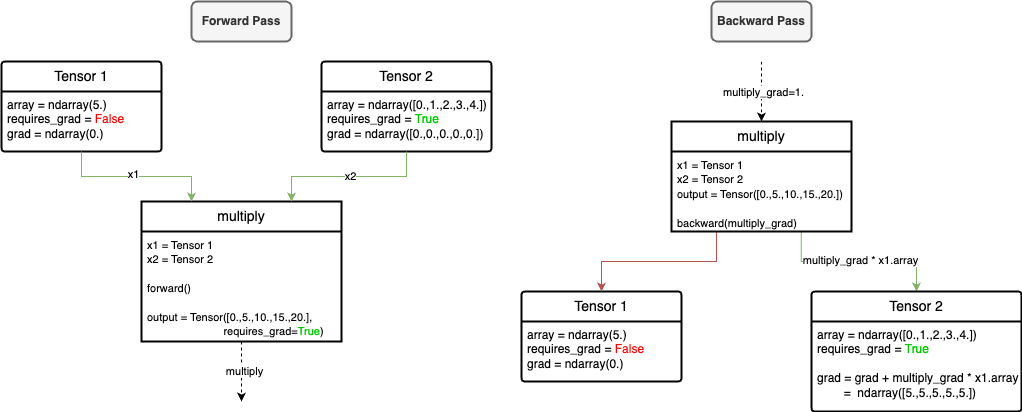
This is images/graph.drawio.png from lennymalard/melpy-project, a draw.io export, as it was before one commit. Source tidied: cells renumbered, new cells last; positions are measured from the earlier drawing's top-left corner, leaving out a move shared by most shapes.
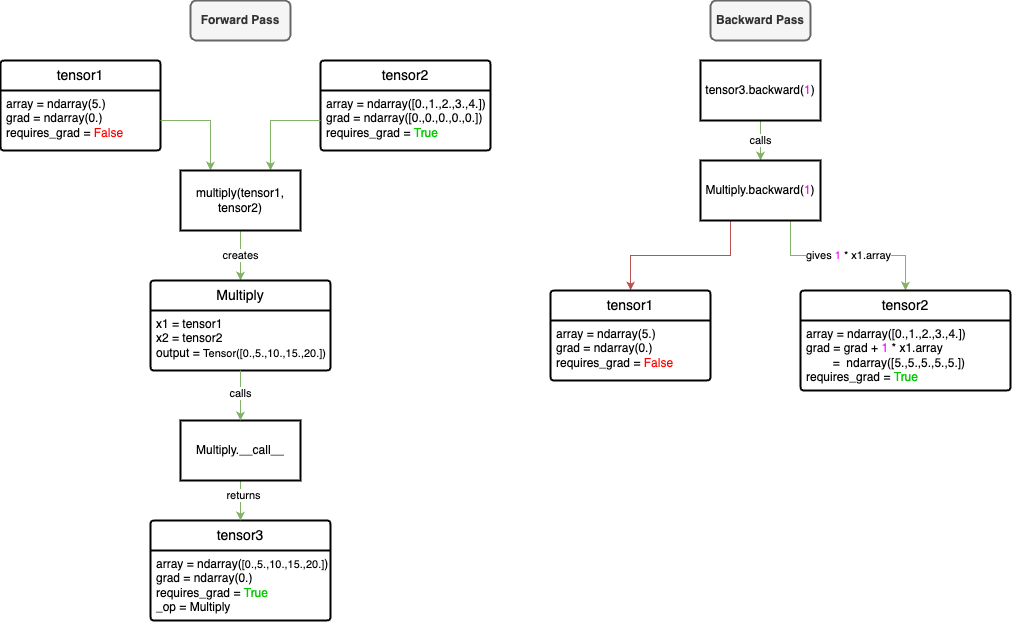
Above is the later version.

Diff of the diagram source:
```diff
@@ -1,90 +1,94 @@
-<mxGraphModel>
+<mxGraphModel background="#ffffff">
   <root>
     <mxCell id="0" />
     <mxCell id="1" parent="0" />
-    <mxCell id="2" value="Tensor 1" style="swimlane;horizontal=1;startSize=30;rounded=1;fontSize=14;fontStyle=0;strokeWidth=2;shadow=0;dashed=0;align=center;arcSize=4;whiteSpace=wrap;html=1;" parent="1" vertex="1">
+    <mxCell id="2" value="tensor1" style="swimlane;horizontal=1;startSize=30;rounded=1;fontSize=14;fontStyle=0;strokeWidth=2;shadow=0;dashed=0;align=center;arcSize=4;whiteSpace=wrap;html=1;" parent="1" vertex="1">
       <mxGeometry y="60" width="160" height="90" as="geometry" />
     </mxCell>
-    <mxCell id="3" value="array = ndarray(5.)&lt;br&gt;requires_grad =&amp;nbsp;&lt;font style=&quot;color: rgb(255, 0, 0);&quot;&gt;False&lt;/font&gt;&lt;br&gt;grad = ndarray(0.)" style="align=left;strokeColor=none;fillColor=none;spacingLeft=4;fontSize=12;verticalAlign=top;html=1;" parent="2" vertex="1">
+    <mxCell id="3" value="array = ndarray(5.)&lt;div&gt;grad = ndarray(0.)&lt;br&gt;requires_grad =&amp;nbsp;&lt;font style=&quot;color: rgb(255, 0, 0);&quot;&gt;False&lt;/font&gt;&lt;div&gt;&lt;br&gt;&lt;/div&gt;&lt;/div&gt;" style="align=left;strokeColor=none;fillColor=none;spacingLeft=4;fontSize=12;verticalAlign=top;html=1;" parent="2" vertex="1">
       <mxGeometry y="30" width="160" height="60" as="geometry" />
     </mxCell>
-    <mxCell id="4" value="multiply" style="swimlane;horizontal=1;startSize=30;rounded=0;fontSize=14;fontStyle=0;strokeWidth=2;shadow=0;dashed=0;align=center;arcSize=4;whiteSpace=wrap;html=1;" parent="1" vertex="1">
-      <mxGeometry x="140" y="200" width="200" height="140" as="geometry" />
-    </mxCell>
-    <mxCell id="5" value="&lt;font style=&quot;font-size: 11px;&quot;&gt;x1 = Tensor 1&lt;/font&gt;&lt;div&gt;&lt;font style=&quot;font-size: 11px;&quot;&gt;x2 = Tensor 2&lt;/font&gt;&lt;/div&gt;&lt;div&gt;&lt;font style=&quot;font-size: 11px;&quot;&gt;&lt;br&gt;&lt;/font&gt;&lt;/div&gt;&lt;div&gt;&lt;span style=&quot;font-size: 11px;&quot;&gt;forward()&lt;/span&gt;&lt;/div&gt;&lt;div&gt;&lt;font style=&quot;font-size: 11px;&quot;&gt;&lt;br&gt;&lt;/font&gt;&lt;/div&gt;&lt;div&gt;&lt;font style=&quot;font-size: 11px;&quot;&gt;output = Tensor([0.,5.,10.,15.,20.],&amp;nbsp;&lt;/font&gt;&lt;/div&gt;&lt;div&gt;&lt;font style=&quot;font-size: 11px;&quot;&gt;&lt;span style=&quot;white-space: pre;&quot;&gt;&#9;&lt;/span&gt;&lt;span style=&quot;white-space: pre;&quot;&gt;&#9;&lt;/span&gt;&lt;span style=&quot;white-space: pre;&quot;&gt;&#9;&lt;/span&gt;&amp;nbsp;requires_grad=&lt;font style=&quot;color: rgb(0, 204, 0);&quot;&gt;True&lt;/font&gt;)&lt;/font&gt;&lt;/div&gt;" style="align=left;strokeColor=none;fillColor=none;spacingLeft=4;fontSize=12;verticalAlign=top;html=1;" parent="4" vertex="1">
-      <mxGeometry y="30" width="200" height="110" as="geometry" />
-    </mxCell>
-    <mxCell id="6" value="Tensor 2" style="swimlane;horizontal=1;startSize=30;rounded=1;fontSize=14;fontStyle=0;strokeWidth=2;shadow=0;dashed=0;align=center;arcSize=4;whiteSpace=wrap;html=1;" parent="1" vertex="1">
+    <mxCell id="6" value="tensor2" style="swimlane;horizontal=1;startSize=30;rounded=1;fontSize=14;fontStyle=0;strokeWidth=2;shadow=0;dashed=0;align=center;arcSize=4;whiteSpace=wrap;html=1;" parent="1" vertex="1">
       <mxGeometry x="320" y="60" width="170" height="90" as="geometry" />
     </mxCell>
-    <mxCell id="7" value="array = ndarray([0.,1.,2.,3.,4.])&lt;br&gt;requires_grad =&amp;nbsp;&lt;font style=&quot;color: rgb(0, 204, 0);&quot;&gt;True&lt;/font&gt;&lt;br&gt;grad = ndarray([0.,0.,0.,0.,0.])" style="align=left;strokeColor=none;fillColor=none;spacingLeft=4;fontSize=12;verticalAlign=top;html=1;" parent="6" vertex="1">
+    <mxCell id="7" value="array = ndarray([0.,1.,2.,3.,4.])&lt;div&gt;grad = ndarray([0.,0.,0.,0.,0.])&lt;br&gt;requires_grad =&amp;nbsp;&lt;font style=&quot;color: rgb(0, 204, 0);&quot;&gt;True&lt;/font&gt;&lt;br&gt;&lt;br&gt;&lt;/div&gt;" style="align=left;strokeColor=none;fillColor=none;spacingLeft=4;fontSize=12;verticalAlign=top;html=1;" parent="6" vertex="1">
       <mxGeometry y="30" width="170" height="60" as="geometry" />
     </mxCell>
-    <mxCell id="8" style="edgeStyle=orthogonalEdgeStyle;rounded=0;jettySize=auto;html=1;entryX=0.25;entryY=0;entryDx=0;entryDy=0;fillColor=#d5e8d4;strokeColor=#82b366;" parent="1" edge="1" source="3" target="4">
+    <mxCell id="8" style="edgeStyle=orthogonalEdgeStyle;rounded=0;jettySize=auto;html=1;fillColor=#d5e8d4;strokeColor=#82b366;entryX=0.25;entryY=0;entryDx=0;entryDy=0;" parent="1" edge="1" source="3" target="31">
       <mxGeometry relative="1" as="geometry" />
     </mxCell>
-    <mxCell id="9" value="x1" style="edgeLabel;html=1;align=center;verticalAlign=middle;" parent="8" vertex="1">
-      <mxGeometry x="-0.04" y="2" relative="1" as="geometry" />
-    </mxCell>
-    <mxCell id="10" style="edgeStyle=orthogonalEdgeStyle;rounded=0;jettySize=auto;html=1;entryX=0.75;entryY=0;entryDx=0;entryDy=0;fillColor=#d5e8d4;strokeColor=#82b366;" parent="1" edge="1" source="7" target="4">
+    <mxCell id="10" style="edgeStyle=orthogonalEdgeStyle;rounded=0;jettySize=auto;html=1;entryX=0.75;entryY=0;entryDx=0;entryDy=0;fillColor=#d5e8d4;strokeColor=#82b366;" parent="1" edge="1" source="7" target="31">
       <mxGeometry relative="1" as="geometry" />
     </mxCell>
-    <mxCell id="11" value="x2" style="edgeLabel;html=1;align=center;verticalAlign=middle;" parent="10" vertex="1">
-      <mxGeometry x="-0.01" relative="1" as="geometry" />
-    </mxCell>
     <mxCell id="12" value="&lt;b&gt;Forward Pass&lt;/b&gt;" style="text;html=1;align=center;verticalAlign=middle;whiteSpace=wrap;rounded=1;strokeColor=#666666;strokeWidth=2;perimeterSpacing=6;fillColor=#f5f5f5;fontColor=#333333;" parent="1" vertex="1">
       <mxGeometry x="190" width="100" height="40" as="geometry" />
     </mxCell>
-    <mxCell id="13" value="Tensor 1" style="swimlane;horizontal=1;startSize=30;rounded=1;fontSize=14;fontStyle=0;strokeWidth=2;shadow=0;dashed=0;align=center;arcSize=4;whiteSpace=wrap;html=1;" parent="1" vertex="1">
-      <mxGeometry x="520" y="290" width="160" height="90" as="geometry" />
-    </mxCell>
-    <mxCell id="14" value="array = ndarray(5.)&lt;br&gt;requires_grad =&amp;nbsp;&lt;font style=&quot;color: rgb(255, 0, 0);&quot;&gt;False&lt;/font&gt;&lt;br&gt;grad = ndarray(0.)" style="align=left;strokeColor=none;fillColor=none;spacingLeft=4;fontSize=12;verticalAlign=top;html=1;" parent="13" vertex="1">
-      <mxGeometry y="30" width="160" height="60" as="geometry" />
-    </mxCell>
-    <mxCell id="15" style="edgeStyle=orthogonalEdgeStyle;rounded=0;jettySize=auto;html=1;exitX=0.721;exitY=1.008;exitDx=0;exitDy=0;fillColor=#d5e8d4;strokeColor=#82b366;exitPerimeter=0;entryX=0.5;entryY=0;entryDx=0;entryDy=0;" parent="1" edge="1" source="19" target="21">
-      <mxGeometry relative="1" as="geometry" />
-    </mxCell>
-    <mxCell id="16" value="multiply_grad * x1.array" style="edgeLabel;html=1;align=center;verticalAlign=middle;" parent="15" vertex="1">
-      <mxGeometry x="0.01" y="1" relative="1" as="geometry" />
-    </mxCell>
-    <mxCell id="17" style="edgeStyle=orthogonalEdgeStyle;rounded=0;jettySize=auto;html=1;exitX=0.25;exitY=1;exitDx=0;exitDy=0;entryX=0.5;entryY=0;entryDx=0;entryDy=0;fillColor=#f8cecc;strokeColor=#b85450;" parent="1" edge="1" source="19" target="13">
-      <mxGeometry relative="1" as="geometry" />
-    </mxCell>
-    <mxCell id="18" value="multiply" style="swimlane;horizontal=1;startSize=30;rounded=0;fontSize=14;fontStyle=0;strokeWidth=2;shadow=0;dashed=0;align=center;arcSize=4;whiteSpace=wrap;html=1;" parent="1" vertex="1">
-      <mxGeometry x="670" y="120" width="180" height="110" as="geometry" />
-    </mxCell>
-    <mxCell id="19" value="&lt;font style=&quot;font-size: 11px;&quot;&gt;x1 = Tensor 1&lt;/font&gt;&lt;div&gt;&lt;font style=&quot;font-size: 11px;&quot;&gt;x2 = Tensor 2&lt;/font&gt;&lt;/div&gt;&lt;div&gt;&lt;font style=&quot;font-size: 11px;&quot;&gt;output = Tensor([0.,5.,10.,15.,20.])&lt;/font&gt;&lt;/div&gt;&lt;div&gt;&lt;font style=&quot;font-size: 11px;&quot;&gt;&lt;br&gt;&lt;/font&gt;&lt;/div&gt;&lt;div&gt;&lt;font style=&quot;font-size: 11px;&quot;&gt;backward(multiply_grad)&lt;/font&gt;&lt;/div&gt;" style="align=left;strokeColor=none;fillColor=none;spacingLeft=4;fontSize=12;verticalAlign=top;html=1;" parent="18" vertex="1">
-      <mxGeometry y="30" width="180" height="80" as="geometry" />
-    </mxCell>
-    <mxCell id="20" style="edgeStyle=orthogonalEdgeStyle;rounded=0;orthogonalLoop=1;jettySize=auto;html=1;exitX=0.5;exitY=1;exitDx=0;exitDy=0;" parent="18" edge="1" source="19" target="19">
-      <mxGeometry relative="1" as="geometry" />
-    </mxCell>
-    <mxCell id="21" value="Tensor 2" style="swimlane;horizontal=1;startSize=30;rounded=1;fontSize=14;fontStyle=0;strokeWidth=2;shadow=0;dashed=0;align=center;arcSize=4;whiteSpace=wrap;html=1;" parent="1" vertex="1">
-      <mxGeometry x="810" y="290" width="210" height="120" as="geometry" />
-    </mxCell>
-    <mxCell id="22" value="array = ndarray([0.,1.,2.,3.,4.])&lt;br&gt;requires_grad =&amp;nbsp;&lt;font style=&quot;color: rgb(0, 204, 0);&quot;&gt;True&lt;/font&gt;&lt;div&gt;&lt;font color=&quot;#00cc00&quot;&gt;&lt;br&gt;&lt;/font&gt;grad = grad + multiply_grad * x1.array&lt;div&gt;&lt;span style=&quot;white-space: pre;&quot;&gt;&#9;&lt;/span&gt;=&amp;nbsp;&lt;span style=&quot;background-color: transparent; color: light-dark(rgb(0, 0, 0), rgb(255, 255, 255));&quot;&gt;&amp;nbsp;&lt;/span&gt;&lt;span style=&quot;background-color: transparent; color: light-dark(rgb(0, 0, 0), rgb(255, 255, 255));&quot;&gt;ndarray&lt;/span&gt;&lt;span style=&quot;background-color: transparent; color: light-dark(rgb(0, 0, 0), rgb(255, 255, 255));&quot;&gt;([5.,5.,5.,5.,5.])&lt;/span&gt;&lt;/div&gt;&lt;/div&gt;" style="align=left;strokeColor=none;fillColor=none;spacingLeft=4;fontSize=12;verticalAlign=top;html=1;" parent="21" vertex="1">
-      <mxGeometry y="30" width="210" height="90" as="geometry" />
-    </mxCell>
     <mxCell id="23" value="&lt;b&gt;Backward Pass&lt;/b&gt;" style="text;html=1;align=center;verticalAlign=middle;whiteSpace=wrap;rounded=1;strokeColor=#666666;strokeWidth=2;perimeterSpacing=6;fillColor=#f5f5f5;fontColor=#333333;" parent="1" vertex="1">
       <mxGeometry x="710" width="100" height="40" as="geometry" />
     </mxCell>
-    <mxCell id="24" style="edgeStyle=orthogonalEdgeStyle;rounded=0;jettySize=auto;html=1;dashed=1;" parent="1" edge="1" source="5">
-      <mxGeometry relative="1" as="geometry">
-        <mxPoint x="240" y="400" as="targetPoint" />
-      </mxGeometry>
-    </mxCell>
-    <mxCell id="25" value="multiply" style="edgeLabel;html=1;align=center;verticalAlign=middle;" parent="24" vertex="1">
-      <mxGeometry x="0.01" y="2" relative="1" as="geometry">
-        <mxPoint y="-1" as="offset" />
-      </mxGeometry>
-    </mxCell>
-    <mxCell id="26" style="endArrow=classic;html=1;rounded=0;dashed=1;" parent="1" edge="1" target="18">
-      <mxGeometry relative="1" as="geometry">
-        <mxPoint x="760" y="60" as="sourcePoint" />
-      </mxGeometry>
-    </mxCell>
-    <mxCell id="27" value="multiply_grad=1." style="edgeLabel;html=1;align=center;verticalAlign=middle;" parent="26" vertex="1">
-      <mxGeometry x="0.03" y="2" relative="1" as="geometry" />
-    </mxCell>
+    <mxCell id="28" value="tensor3" style="swimlane;horizontal=1;startSize=30;rounded=1;fontSize=14;fontStyle=0;strokeWidth=2;shadow=0;dashed=0;align=center;arcSize=4;whiteSpace=wrap;html=1;" parent="1" vertex="1">
+      <mxGeometry x="150" y="520" width="180" height="100" as="geometry" />
+    </mxCell>
+    <mxCell id="29" value="array = ndarray(&lt;span style=&quot;font-size: 11px;&quot;&gt;[0.,5.,10.,15.,20.]&lt;/span&gt;)&lt;br&gt;grad = ndarray(0.)&lt;div&gt;requires_grad =&amp;nbsp;&lt;font style=&quot;color: rgb(0, 204, 0);&quot;&gt;True&lt;/font&gt;&lt;br&gt;&lt;/div&gt;&lt;div&gt;&lt;font style=&quot;color: rgb(0, 0, 0);&quot;&gt;_op = Multiply&lt;/font&gt;&lt;/div&gt;" style="align=left;strokeColor=none;fillColor=none;spacingLeft=4;fontSize=12;verticalAlign=top;html=1;" parent="28" vertex="1">
+      <mxGeometry y="30" width="180" height="70" as="geometry" />
+    </mxCell>
+    <mxCell id="30" value="creates" style="edgeStyle=orthogonalEdgeStyle;rounded=0;jettySize=auto;html=1;entryX=0.5;entryY=0;entryDx=0;entryDy=0;fillColor=#d5e8d4;strokeColor=#82b366;" parent="1" edge="1" source="31" target="32">
+      <mxGeometry x="0.02" relative="1" as="geometry" />
+    </mxCell>
+    <mxCell id="31" value="multiply(tensor1, tensor2)" style="rounded=0;whiteSpace=wrap;html=1;strokeWidth=2;" parent="1" vertex="1">
+      <mxGeometry x="180" y="170" width="120" height="60" as="geometry" />
+    </mxCell>
+    <mxCell id="32" value="Multiply" style="swimlane;horizontal=1;startSize=30;rounded=1;fontSize=14;fontStyle=0;strokeWidth=2;shadow=0;dashed=0;align=center;arcSize=4;whiteSpace=wrap;html=1;" parent="1" vertex="1">
+      <mxGeometry x="150" y="280" width="180" height="90" as="geometry" />
+    </mxCell>
+    <mxCell id="33" value="&lt;div&gt;&lt;div&gt;x1 = tensor1&lt;/div&gt;&lt;/div&gt;&lt;div&gt;x2 = tensor2&lt;/div&gt;&lt;div&gt;output =&amp;nbsp;&lt;span style=&quot;font-size: 11px; background-color: transparent; color: light-dark(rgb(0, 0, 0), rgb(255, 255, 255));&quot;&gt;Tensor([0.,5.,10.,15.,20.])&lt;/span&gt;&lt;/div&gt;&lt;div&gt;&lt;span style=&quot;font-size: 11px; background-color: transparent; color: light-dark(rgb(0, 0, 0), rgb(255, 255, 255));&quot;&gt;&lt;br&gt;&lt;/span&gt;&lt;/div&gt;" style="align=left;strokeColor=none;fillColor=none;spacingLeft=4;fontSize=12;verticalAlign=top;html=1;" parent="32" vertex="1">
+      <mxGeometry y="30" width="180" height="60" as="geometry" />
+    </mxCell>
+    <mxCell id="34" style="edgeStyle=orthogonalEdgeStyle;rounded=0;jettySize=auto;html=1;fillColor=#d5e8d4;strokeColor=#82b366;" parent="1" edge="1" source="36">
+      <mxGeometry relative="1" as="geometry">
+        <mxPoint x="240" y="520" as="targetPoint" />
+      </mxGeometry>
+    </mxCell>
+    <mxCell id="35" value="returns" style="edgeLabel;html=1;align=center;verticalAlign=middle;" parent="34" vertex="1">
+      <mxGeometry x="-0.27" y="2" relative="1" as="geometry" />
+    </mxCell>
+    <mxCell id="36" value="Multiply.__call__" style="rounded=0;whiteSpace=wrap;html=1;strokeWidth=2;" parent="1" vertex="1">
+      <mxGeometry x="180" y="420" width="120" height="60" as="geometry" />
+    </mxCell>
+    <mxCell id="37" style="edgeStyle=orthogonalEdgeStyle;rounded=0;jettySize=auto;html=1;entryX=0.5;entryY=0;entryDx=0;entryDy=0;fillColor=#d5e8d4;strokeColor=#82b366;" parent="1" edge="1" source="33" target="36">
+      <mxGeometry relative="1" as="geometry" />
+    </mxCell>
+    <mxCell id="38" value="calls" style="edgeLabel;html=1;align=center;verticalAlign=middle;" parent="37" vertex="1">
+      <mxGeometry x="-0.14" y="-1" relative="1" as="geometry" />
+    </mxCell>
+    <mxCell id="39" value="calls" style="edgeStyle=orthogonalEdgeStyle;rounded=0;jettySize=auto;html=1;entryX=0.5;entryY=0;entryDx=0;entryDy=0;fillColor=#d5e8d4;strokeColor=#82b366;" parent="1" edge="1" source="40">
+      <mxGeometry relative="1" as="geometry">
+        <mxPoint x="760" y="160" as="targetPoint" />
+      </mxGeometry>
+    </mxCell>
+    <mxCell id="40" value="tensor3.backward(&lt;font style=&quot;color: rgb(255, 0, 255);&quot;&gt;1&lt;/font&gt;)" style="rounded=0;whiteSpace=wrap;html=1;strokeWidth=2;" parent="1" vertex="1">
+      <mxGeometry x="700" y="60" width="120" height="60" as="geometry" />
+    </mxCell>
+    <mxCell id="41" style="edgeStyle=orthogonalEdgeStyle;rounded=0;jettySize=auto;html=1;fillColor=#f8cecc;strokeColor=#b85450;exitX=0.25;exitY=1;exitDx=0;exitDy=0;" parent="1" edge="1" source="43" target="44">
+      <mxGeometry relative="1" as="geometry" />
+    </mxCell>
+    <mxCell id="42" value="gives &lt;font style=&quot;color: rgb(255, 0, 255);&quot;&gt;1&lt;/font&gt; * x1.array" style="edgeStyle=orthogonalEdgeStyle;rounded=0;jettySize=auto;html=1;fillColor=#d5e8d4;strokeColor=#82b366;exitX=0.75;exitY=1;exitDx=0;exitDy=0;" parent="1" edge="1" source="43" target="46">
+      <mxGeometry relative="1" as="geometry" />
+    </mxCell>
+    <mxCell id="43" value="Multiply.backward(&lt;font style=&quot;color: rgb(255, 0, 255);&quot;&gt;1&lt;/font&gt;)" style="rounded=0;whiteSpace=wrap;html=1;strokeWidth=2;" parent="1" vertex="1">
+      <mxGeometry x="700" y="160" width="120" height="60" as="geometry" />
+    </mxCell>
+    <mxCell id="44" value="tensor1" style="swimlane;horizontal=1;startSize=30;rounded=1;fontSize=14;fontStyle=0;strokeWidth=2;shadow=0;dashed=0;align=center;arcSize=4;whiteSpace=wrap;html=1;" parent="1" vertex="1">
+      <mxGeometry x="550" y="290" width="160" height="90" as="geometry" />
+    </mxCell>
+    <mxCell id="45" value="array = ndarray(5.)&lt;div&gt;grad = ndarray(0.)&lt;br&gt;requires_grad =&amp;nbsp;&lt;font style=&quot;color: rgb(255, 0, 0);&quot;&gt;False&lt;/font&gt;&lt;div&gt;&lt;br&gt;&lt;/div&gt;&lt;/div&gt;" style="align=left;strokeColor=none;fillColor=none;spacingLeft=4;fontSize=12;verticalAlign=top;html=1;" parent="44" vertex="1">
+      <mxGeometry y="30" width="160" height="60" as="geometry" />
+    </mxCell>
+    <mxCell id="46" value="tensor2" style="swimlane;horizontal=1;startSize=30;rounded=1;fontSize=14;fontStyle=0;strokeWidth=2;shadow=0;dashed=0;align=center;arcSize=4;whiteSpace=wrap;html=1;" parent="1" vertex="1">
+      <mxGeometry x="800" y="290" width="210" height="100" as="geometry" />
+    </mxCell>
+    <mxCell id="47" value="array = ndarray([0.,1.,2.,3.,4.])&lt;div&gt;grad = grad + &lt;font style=&quot;color: rgb(255, 0, 255);&quot;&gt;1&lt;/font&gt; * x1.array&lt;div&gt;&lt;span style=&quot;white-space-collapse: preserve;&quot;&gt;&#9;&lt;/span&gt;=&amp;nbsp;&lt;span style=&quot;background-color: transparent; color: light-dark(rgb(0, 0, 0), rgb(255, 255, 255));&quot;&gt;&amp;nbsp;&lt;/span&gt;&lt;span style=&quot;background-color: transparent; color: light-dark(rgb(0, 0, 0), rgb(255, 255, 255));&quot;&gt;ndarray&lt;/span&gt;&lt;span style=&quot;background-color: transparent; color: light-dark(rgb(0, 0, 0), rgb(255, 255, 255));&quot;&gt;([5.,5.,5.,5.,5.])&lt;/span&gt;&lt;/div&gt;requires_grad =&amp;nbsp;&lt;font style=&quot;color: rgb(0, 204, 0);&quot;&gt;True&lt;/font&gt;&lt;br&gt;&lt;br&gt;&lt;/div&gt;" style="align=left;strokeColor=none;fillColor=none;spacingLeft=4;fontSize=12;verticalAlign=top;html=1;" parent="46" vertex="1">
+      <mxGeometry y="30" width="210" height="70" as="geometry" />
+    </mxCell>
   </root>
 </mxGraphModel>
```
